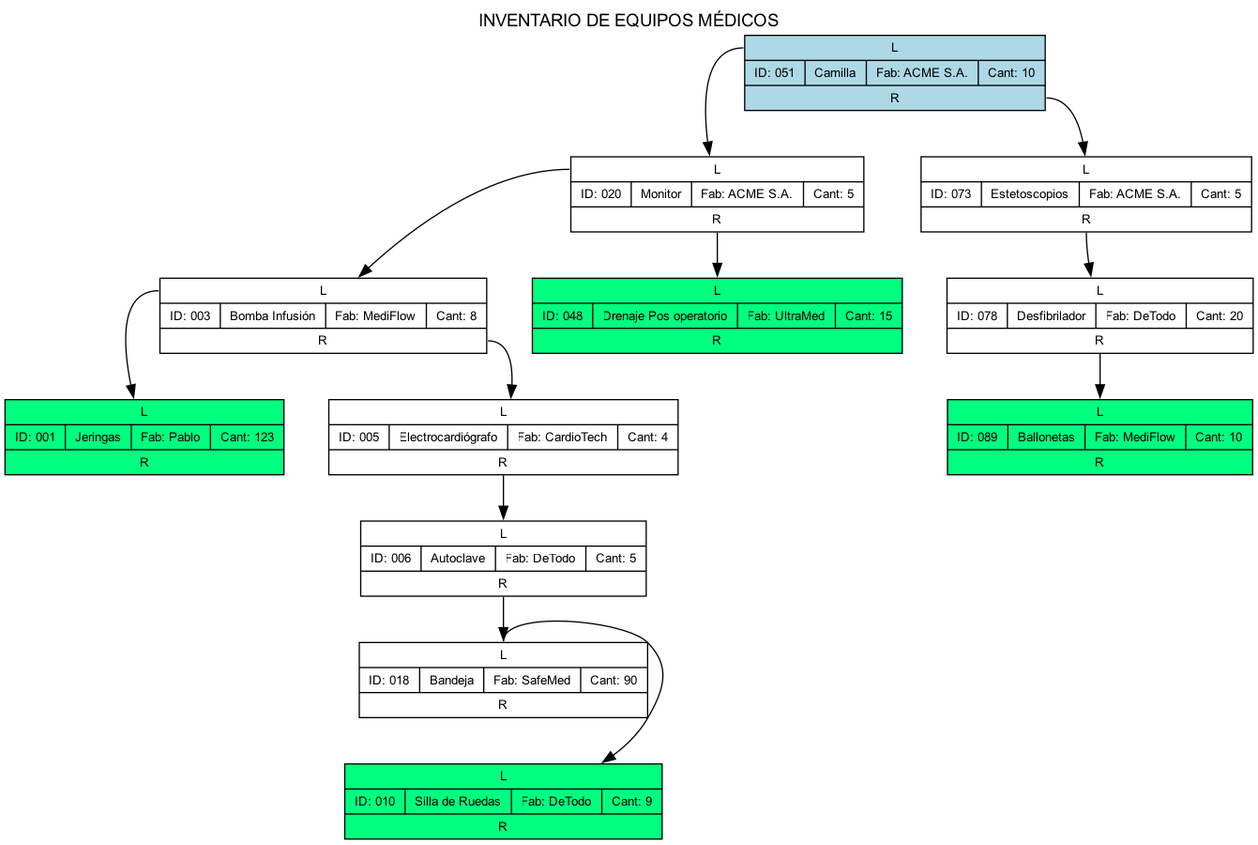
Earlier version of the Graphviz export EDD_Proyecto1_Fase2/Imagenes/reporte_equipo_bst.png (Wicho45/EDD_1S2026_PY_202300727). Its source is kept beside it as EDD_Proyecto1_Fase2/Imagenes/reporte_equipo_bst.dot.
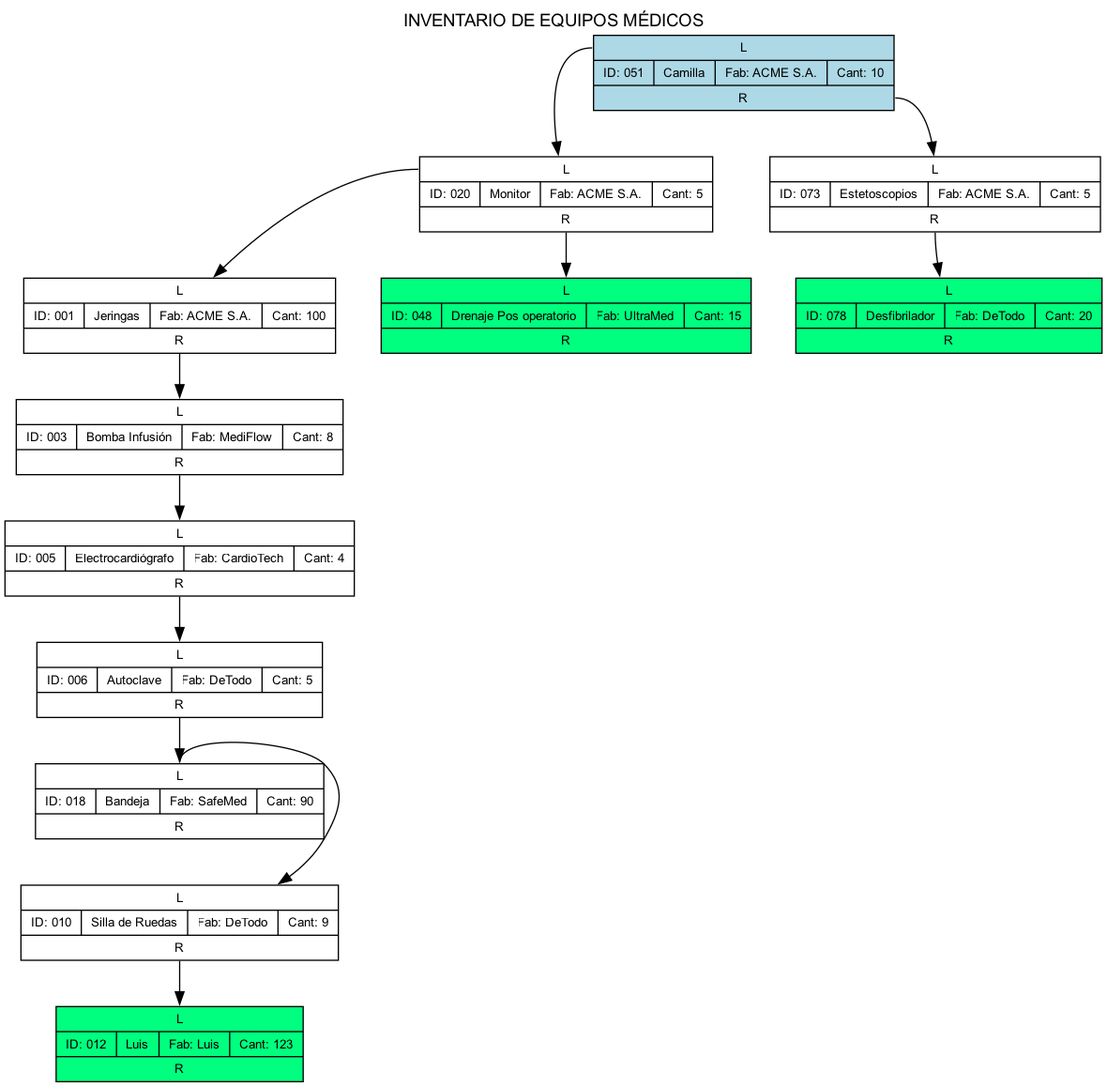
The same diagram one commit later.

What changed in the source:
```diff
@@ -5,27 +5,27 @@
     label="INVENTARIO DE EQUIPOS MÉDICOS";
     labelloc="t";
 
-    "ModeloEquipoHASH0xa0304a138" [label="{ <f0> L | {ID: 051 | Camilla | Fab: ACME S.A. | Cant: 10} | <f2> R }", fillcolor="lightblue", periferies=2];
-    "ModeloEquipoHASH0xa0304a138":f0 -> "ModeloEquipoHASH0xa0304a690";
-    "ModeloEquipoHASH0xa0304a690" [label="{ <f0> L | {ID: 020 | Monitor | Fab: ACME S.A. | Cant: 5} | <f2> R }", fillcolor="white", periferies=1];
-    "ModeloEquipoHASH0xa0304a690":f0 -> "ModeloEquipoHASH0xa036efa08";
-    "ModeloEquipoHASH0xa036efa08" [label="{ <f0> L | {ID: 003 | Bomba Infusión | Fab: MediFlow | Cant: 8} | <f2> R }", fillcolor="white", periferies=1];
-    "ModeloEquipoHASH0xa036efa08":f0 -> "ModeloEquipoHASH0xa04553d68";
-    "ModeloEquipoHASH0xa04553d68" [label="{ <f0> L | {ID: 001 | Jeringas | Fab: Pablo | Cant: 123} | <f2> R }", fillcolor="springgreen", periferies=1];
-    "ModeloEquipoHASH0xa036efa08":f2 -> "ModeloEquipoHASH0xa03798a20";
-    "ModeloEquipoHASH0xa03798a20" [label="{ <f0> L | {ID: 005 | Electrocardiógrafo | Fab: CardioTech | Cant: 4} | <f2> R }", fillcolor="white", periferies=1];
-    "ModeloEquipoHASH0xa03798a20":f2 -> "ModeloEquipoHASH0xa0379b3c0";
-    "ModeloEquipoHASH0xa0379b3c0" [label="{ <f0> L | {ID: 006 | Autoclave | Fab: DeTodo | Cant: 5} | <f2> R }", fillcolor="white", periferies=1];
-    "ModeloEquipoHASH0xa0379b3c0":f2 -> "ModeloEquipoHASH0xa036e9a50";
-    "ModeloEquipoHASH0xa036e9a50" [label="{ <f0> L | {ID: 018 | Bandeja | Fab: SafeMed | Cant: 90} | <f2> R }", fillcolor="white", periferies=1];
-    "ModeloEquipoHASH0xa036e9a50":f0 -> "ModeloEquipoHASH0xa036eaac8";
-    "ModeloEquipoHASH0xa036eaac8" [label="{ <f0> L | {ID: 010 | Silla de Ruedas | Fab: DeTodo | Cant: 9} | <f2> R }", fillcolor="springgreen", periferies=1];
-    "ModeloEquipoHASH0xa0304a690":f2 -> "ModeloEquipoHASH0xa036ea2a0";
-    "ModeloEquipoHASH0xa036ea2a0" [label="{ <f0> L | {ID: 048 | Drenaje Pos operatorio | Fab: UltraMed | Cant: 15} | <f2> R }", fillcolor="springgreen", periferies=1];
-    "ModeloEquipoHASH0xa0304a138":f2 -> "ModeloEquipoHASH0xa036ef618";
-    "ModeloEquipoHASH0xa036ef618" [label="{ <f0> L | {ID: 073 | Estetoscopios | Fab: ACME S.A. | Cant: 5} | <f2> R }", fillcolor="white", periferies=1];
-    "ModeloEquipoHASH0xa036ef618":f2 -> "ModeloEquipoHASH0xa03798528";
-    "ModeloEquipoHASH0xa03798528" [label="{ <f0> L | {ID: 078 | Desfibrilador | Fab: DeTodo | Cant: 20} | <f2> R }", fillcolor="white", periferies=1];
-    "ModeloEquipoHASH0xa03798528":f2 -> "ModeloEquipoHASH0xa036e9720";
-    "ModeloEquipoHASH0xa036e9720" [label="{ <f0> L | {ID: 089 | Ballonetas | Fab: MediFlow | Cant: 10} | <f2> R }", fillcolor="springgreen", periferies=1];
+    "ModeloEquipoHASH0xc5faef288" [label="{ <f0> L | {ID: 051 | Camilla | Fab: ACME S.A. | Cant: 10} | <f2> R }", fillcolor="lightblue", periferies=2];
+    "ModeloEquipoHASH0xc5faef288":f0 -> "ModeloEquipoHASH0xc5faef7e0";
+    "ModeloEquipoHASH0xc5faef7e0" [label="{ <f0> L | {ID: 020 | Monitor | Fab: ACME S.A. | Cant: 5} | <f2> R }", fillcolor="white", periferies=1];
+    "ModeloEquipoHASH0xc5faef7e0":f0 -> "ModeloEquipoHASH0xc5faef948";
+    "ModeloEquipoHASH0xc5faef948" [label="{ <f0> L | {ID: 001 | Jeringas | Fab: ACME S.A. | Cant: 100} | <f2> R }", fillcolor="white", periferies=1];
+    "ModeloEquipoHASH0xc5faef948":f2 -> "ModeloEquipoHASH0xc5f44ab58";
+    "ModeloEquipoHASH0xc5f44ab58" [label="{ <f0> L | {ID: 003 | Bomba Infusión | Fab: MediFlow | Cant: 8} | <f2> R }", fillcolor="white", periferies=1];
+    "ModeloEquipoHASH0xc5f44ab58":f2 -> "ModeloEquipoHASH0xc5f44bb70";
+    "ModeloEquipoHASH0xc5f44bb70" [label="{ <f0> L | {ID: 005 | Electrocardiógrafo | Fab: CardioTech | Cant: 4} | <f2> R }", fillcolor="white", periferies=1];
+    "ModeloEquipoHASH0xc5f44bb70":f2 -> "ModeloEquipoHASH0xc5f44e510";
+    "ModeloEquipoHASH0xc5f44e510" [label="{ <f0> L | {ID: 006 | Autoclave | Fab: DeTodo | Cant: 5} | <f2> R }", fillcolor="white", periferies=1];
+    "ModeloEquipoHASH0xc5f44e510":f2 -> "ModeloEquipoHASH0xc5f450ba0";
+    "ModeloEquipoHASH0xc5f450ba0" [label="{ <f0> L | {ID: 018 | Bandeja | Fab: SafeMed | Cant: 90} | <f2> R }", fillcolor="white", periferies=1];
+    "ModeloEquipoHASH0xc5f450ba0":f0 -> "ModeloEquipoHASH0xc5f451c18";
+    "ModeloEquipoHASH0xc5f451c18" [label="{ <f0> L | {ID: 010 | Silla de Ruedas | Fab: DeTodo | Cant: 9} | <f2> R }", fillcolor="white", periferies=1];
+    "ModeloEquipoHASH0xc5f451c18":f2 -> "ModeloEquipoHASH0xc60cdcd08";
+    "ModeloEquipoHASH0xc60cdcd08" [label="{ <f0> L | {ID: 012 | Luis | Fab: Luis | Cant: 123} | <f2> R }", fillcolor="springgreen", periferies=1];
+    "ModeloEquipoHASH0xc5faef7e0":f2 -> "ModeloEquipoHASH0xc5f4513f0";
+    "ModeloEquipoHASH0xc5f4513f0" [label="{ <f0> L | {ID: 048 | Drenaje Pos operatorio | Fab: UltraMed | Cant: 15} | <f2> R }", fillcolor="springgreen", periferies=1];
+    "ModeloEquipoHASH0xc5faef288":f2 -> "ModeloEquipoHASH0xc5f44a768";
+    "ModeloEquipoHASH0xc5f44a768" [label="{ <f0> L | {ID: 073 | Estetoscopios | Fab: ACME S.A. | Cant: 5} | <f2> R }", fillcolor="white", periferies=1];
+    "ModeloEquipoHASH0xc5f44a768":f2 -> "ModeloEquipoHASH0xc5f44b678";
+    "ModeloEquipoHASH0xc5f44b678" [label="{ <f0> L | {ID: 078 | Desfibrilador | Fab: DeTodo | Cant: 20} | <f2> R }", fillcolor="springgreen", periferies=1];
 }
```
